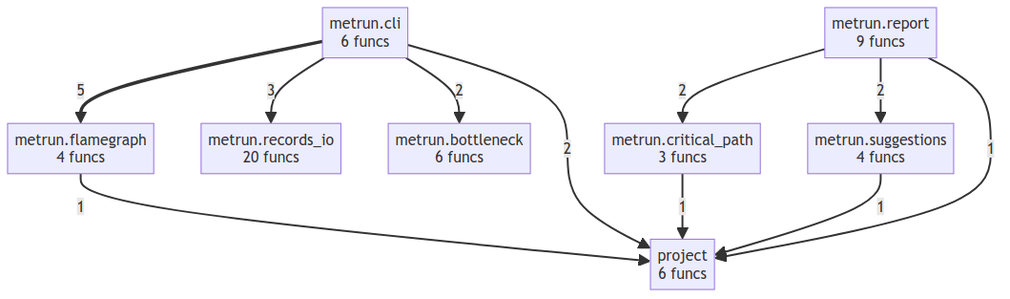
This is project/compact_flow.png from semcod/metrun, a Mermaid export, as it was before one commit. Its source is kept beside it as project/compact_flow.mmd.
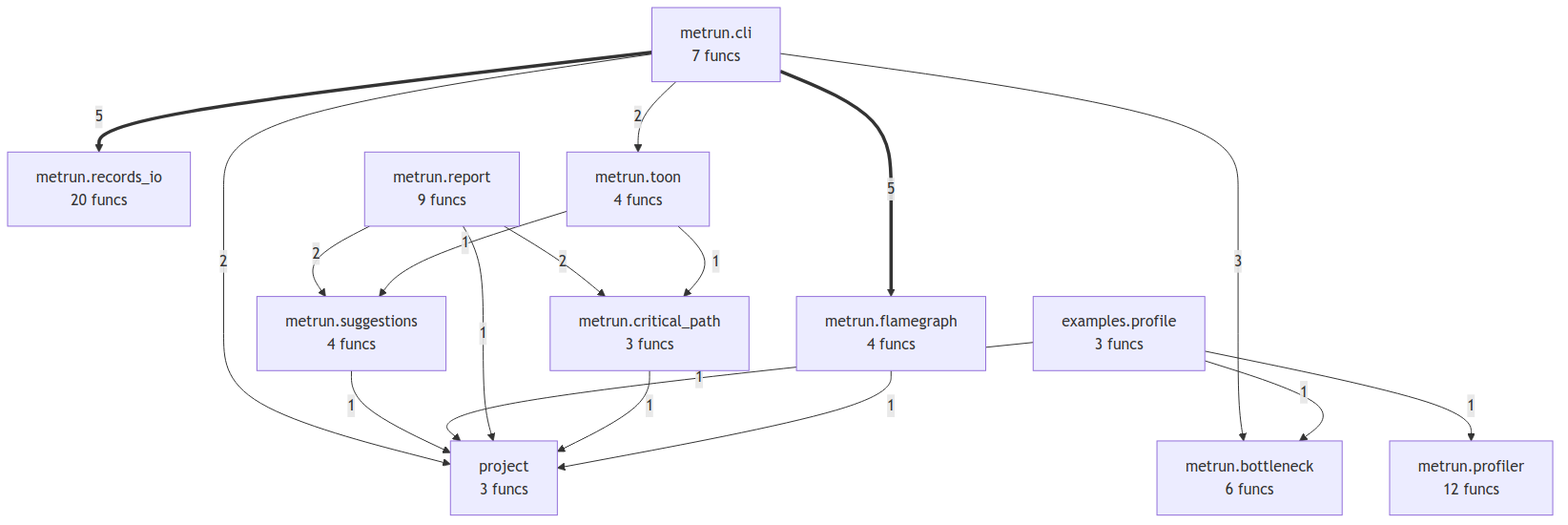
The same file after the commit.

Change to the diagram source:
```diff
@@ -1,19 +1,28 @@
 flowchart TD
+    examples__profile["examples.profile<br/>3 funcs"]
     metrun__bottleneck["metrun.bottleneck<br/>6 funcs"]
-    metrun__cli["metrun.cli<br/>6 funcs"]
+    metrun__cli["metrun.cli<br/>7 funcs"]
     metrun__critical_path["metrun.critical_path<br/>3 funcs"]
     metrun__flamegraph["metrun.flamegraph<br/>4 funcs"]
+    metrun__profiler["metrun.profiler<br/>12 funcs"]
     metrun__records_io["metrun.records_io<br/>20 funcs"]
     metrun__report["metrun.report<br/>9 funcs"]
     metrun__suggestions["metrun.suggestions<br/>4 funcs"]
-    project["project<br/>6 funcs"]
+    metrun__toon["metrun.toon<br/>4 funcs"]
+    project["project<br/>3 funcs"]
+    metrun__cli ==>|5| metrun__records_io
     metrun__cli ==>|5| metrun__flamegraph
-    metrun__cli -->|3| metrun__records_io
-    metrun__cli -->|2| metrun__bottleneck
+    metrun__cli -->|3| metrun__bottleneck
     metrun__cli -->|2| project
+    metrun__cli -->|2| metrun__toon
     metrun__report -->|2| metrun__critical_path
     metrun__report -->|2| metrun__suggestions
+    metrun__toon -->|1| metrun__critical_path
+    metrun__toon -->|1| metrun__suggestions
     metrun__suggestions -->|1| project
+    examples__profile -->|1| project
+    examples__profile -->|1| metrun__bottleneck
+    examples__profile -->|1| metrun__profiler
     metrun__report -->|1| project
+    metrun__critical_path -->|1| project
     metrun__flamegraph -->|1| project
-    metrun__critical_path -->|1| project
```
